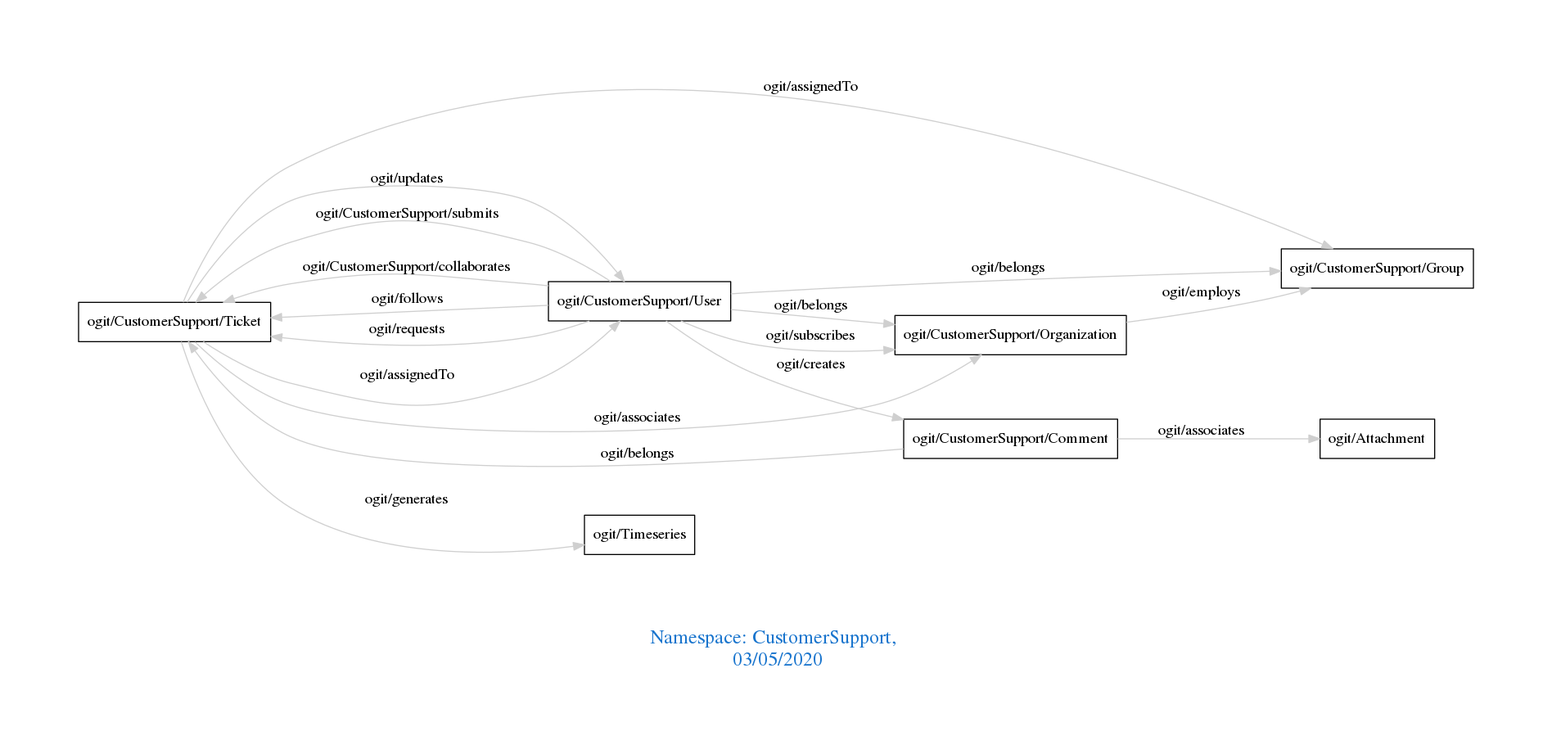
This is downloads/CustomerSupport.png from arago/OGIT, a Graphviz export, as it was before one commit. Its source is kept beside it as downloads/CustomerSupport.dot.
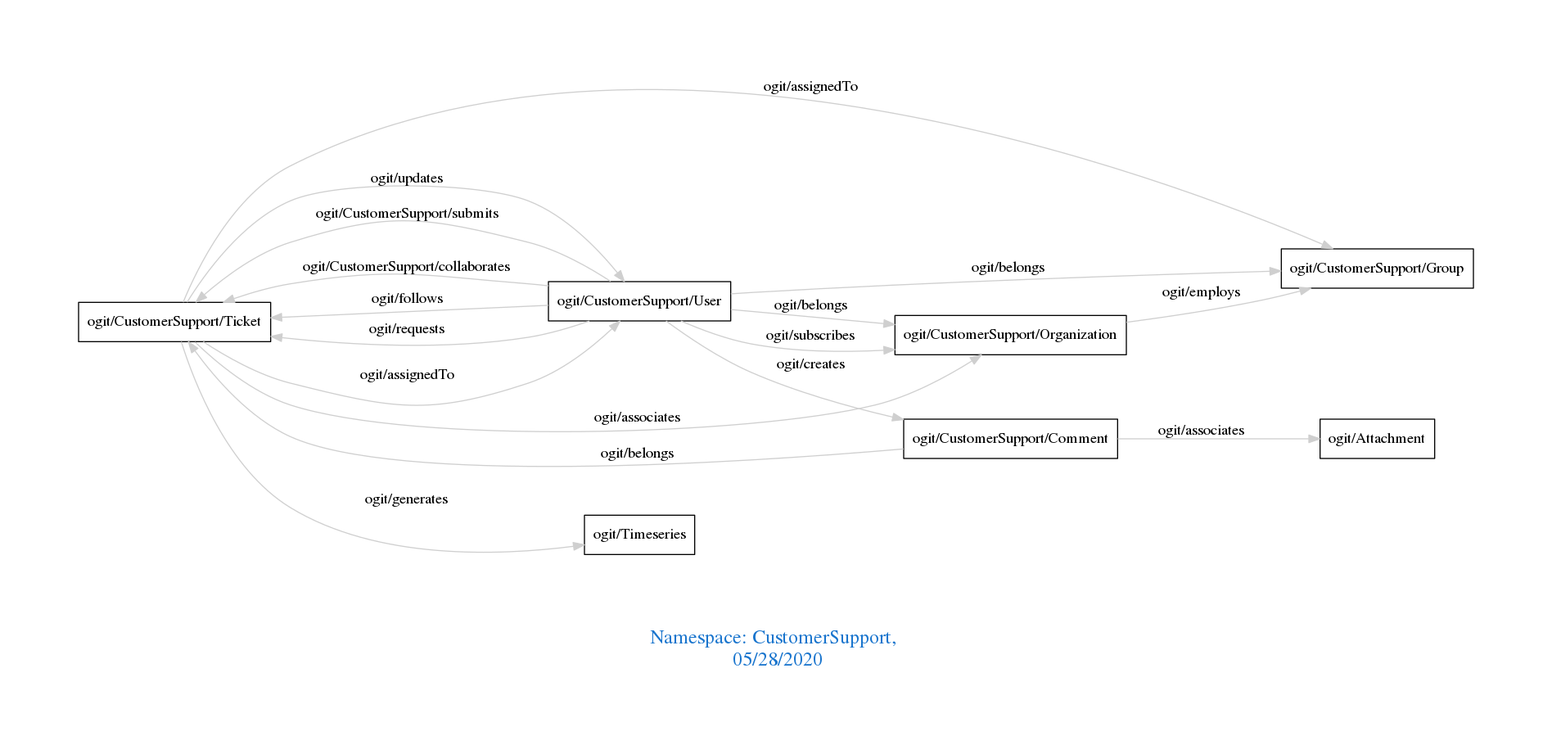
Later version of the same file.

Change to the diagram source:
```diff
@@ -1,7 +1,7 @@
 digraph OGIT_ontology {
  graph [ rankdir= LR,pad=1
 fontsize = 18,
-fontcolor= dodgerblue3,label = "\n\n\nNamespace: CustomerSupport, \n 03/05/2020"];
+fontcolor= dodgerblue3,label = "\n\n\nNamespace: CustomerSupport, \n 05/28/2020"];
 node[shape=polygon];
 edge [  color="gray81"];
 
```
